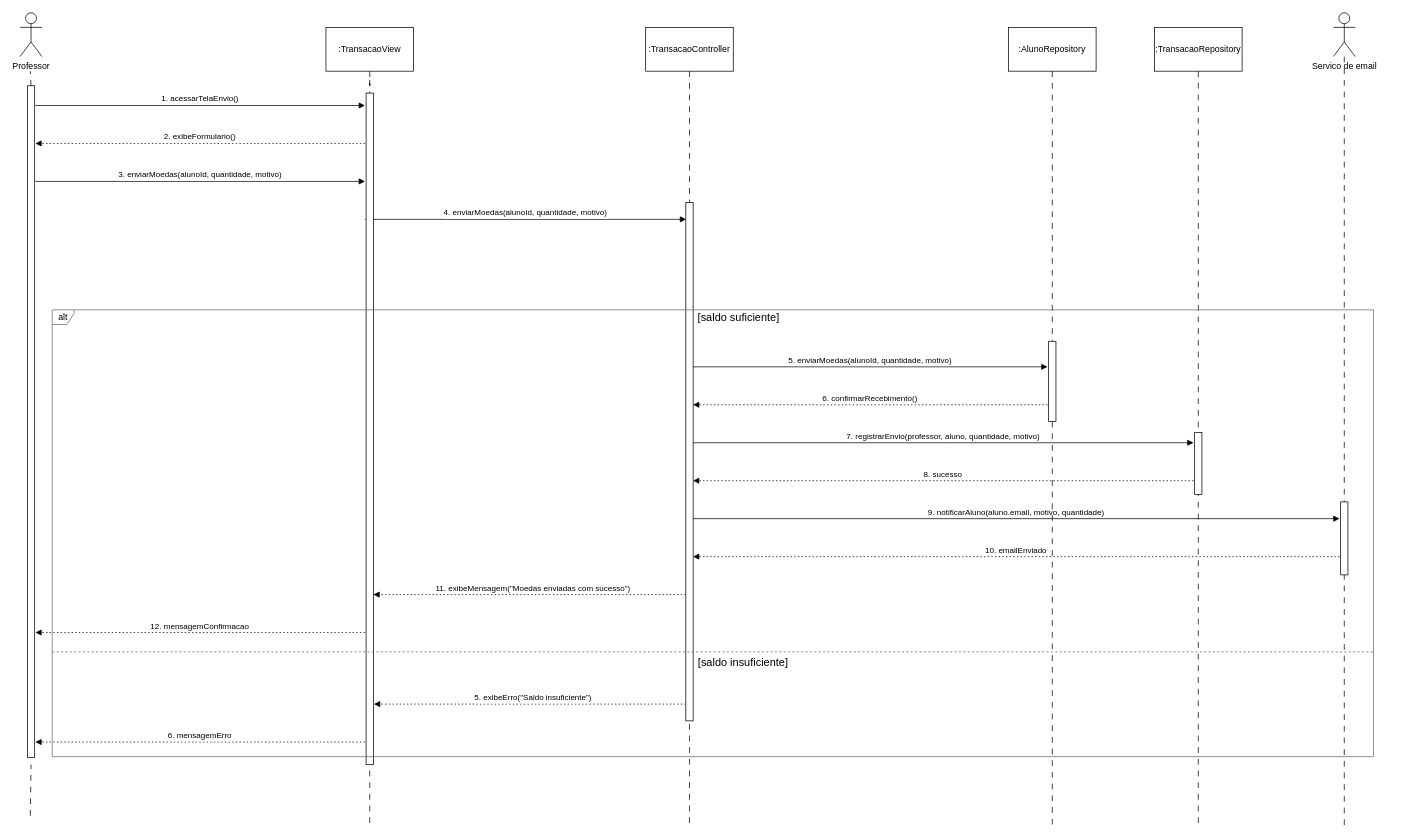
Earlier version of the draw.io diagram projeto/drawio/diagrama de sequencia envio de moedas.drawio (pedrolucas444/laboratorio-3). Source tidied: cells renumbered, new cells numbered last; positions are measured from the earlier drawing's top-left corner, leaving out a move shared by most shapes. Both pictures are drawn from the tidied source at 73%, with x=0, y=0 at pixel (20, 12).
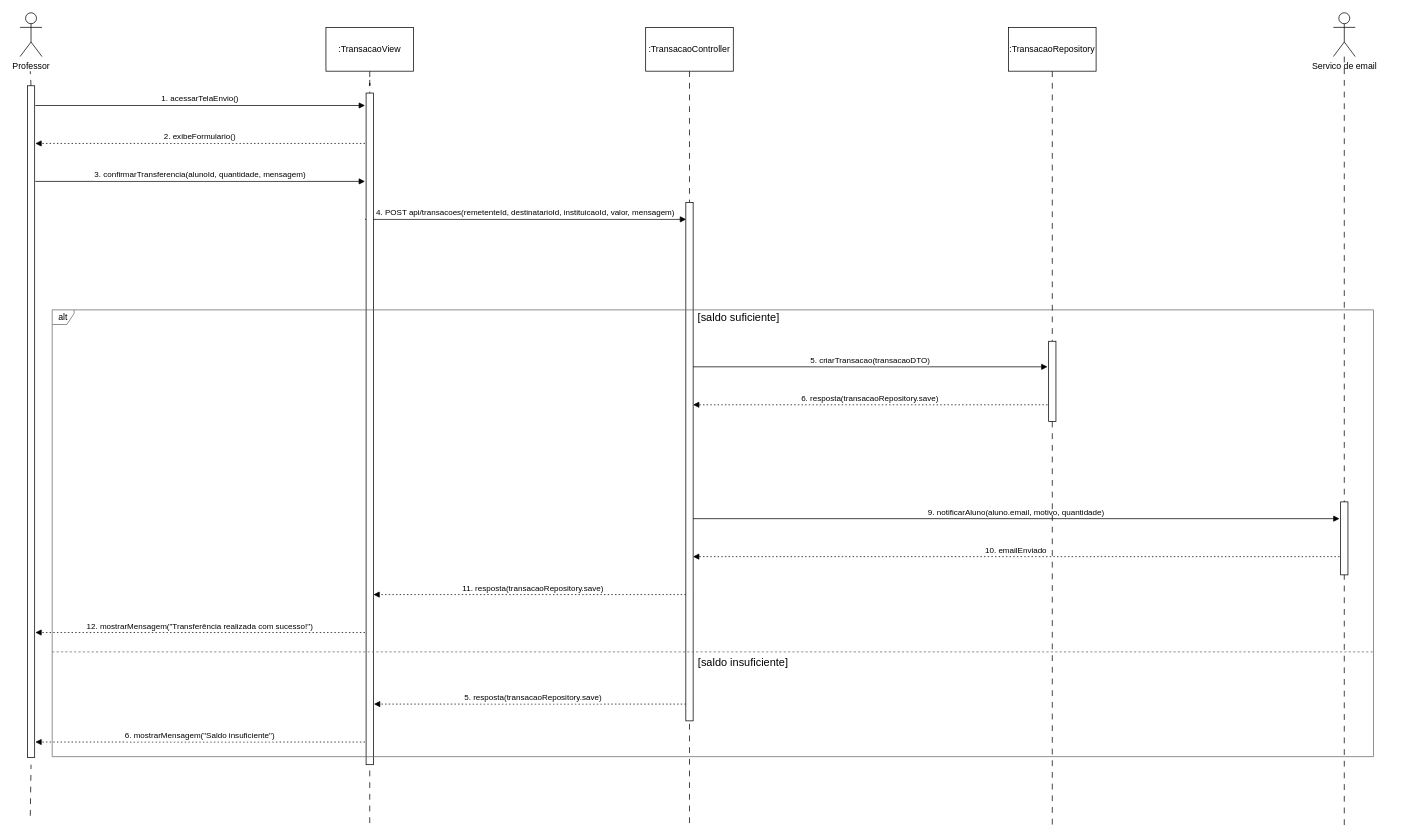
After the change.

The change refers to these unchanged cells:
```xml
<mxCell id="20" style="rounded=0;whiteSpace=wrap;html=1;" parent="1" vertex="1">
  <mxGeometry x="474" y="110" width="10" height="920" as="geometry" />
</mxCell>
<mxCell id="24" style="rounded=0;whiteSpace=wrap;html=1;" parent="1" vertex="1">
  <mxGeometry x="912" y="260" width="10" height="710" as="geometry" />
</mxCell>
```

What changed in the source:
```diff
@@
-    <mxCell id="4" value="3. enviarMoedas(alunoId, quantidade, motivo)" style="verticalAlign=bottom;edgeStyle=elbowEdgeStyle;elbow=vertical;curved=0;rounded=0;endArrow=block;" parent="1" edge="1">
+    <mxCell id="4" value="3. confirmarTransferencia(alunoId, quantidade, mensagem)" style="verticalAlign=bottom;edgeStyle=elbowEdgeStyle;elbow=vertical;curved=0;rounded=0;endArrow=block;" parent="1" edge="1">
       <mxGeometry relative="1" as="geometry">
         <mxPoint x="20.9" y="231" as="sourcePoint" />
         <mxPoint x="472.5" y="231" as="targetPoint" />
         <Array as="points">
           <mxPoint x="285" y="231" />
         </Array>
       </mxGeometry>
     </mxCell>
-    <mxCell id="5" value="4. enviarMoedas(alunoId, quantidade, motivo)" style="verticalAlign=bottom;edgeStyle=elbowEdgeStyle;elbow=vertical;curved=0;rounded=0;endArrow=block;entryX=0.046;entryY=0.032;entryDx=0;entryDy=0;entryPerimeter=0;" parent="1" edge="1" target="24">
+    <mxCell id="5" value="4. POST api/transacoes(remetenteId, destinatarioId, instituicaoId, valor, mensagem)" style="verticalAlign=bottom;edgeStyle=elbowEdgeStyle;elbow=vertical;curved=0;rounded=0;endArrow=block;entryX=0.046;entryY=0.032;entryDx=0;entryDy=0;entryPerimeter=0;" parent="1" edge="1" target="24">
       <mxGeometry relative="1" as="geometry">
         <mxPoint x="472.5" y="283" as="sourcePoint" />
         <Array as="points">
           <mxPoint x="706" y="283" />
         </Array>
       </mxGeometry>
     </mxCell>
-    <mxCell id="6" value="5. enviarMoedas(alunoId, quantidade, motivo)" style="verticalAlign=bottom;edgeStyle=elbowEdgeStyle;elbow=horizontal;curved=0;rounded=0;endArrow=block;" parent="1" edge="1">
+    <mxCell id="6" value="5. criarTransacao(transacaoDTO)" style="verticalAlign=bottom;edgeStyle=elbowEdgeStyle;elbow=horizontal;curved=0;rounded=0;endArrow=block;" parent="1" edge="1">
       <mxGeometry relative="1" as="geometry">
         <mxPoint x="921.8" y="485" as="sourcePoint" />
         <mxPoint x="1407.5" y="485" as="targetPoint" />
         <Array as="points">
           <mxPoint x="1173" y="485" />
         </Array>
       </mxGeometry>
     </mxCell>
-    <mxCell id="7" value="6. confirmarRecebimento()" style="verticalAlign=bottom;edgeStyle=elbowEdgeStyle;elbow=horizontal;curved=0;rounded=0;dashed=1;dashPattern=2 3;endArrow=block;" parent="1" edge="1">
+    <mxCell id="7" value="6. resposta(transacaoRepository.save)" style="verticalAlign=bottom;edgeStyle=elbowEdgeStyle;elbow=horizontal;curved=0;rounded=0;dashed=1;dashPattern=2 3;endArrow=block;" parent="1" edge="1">
       <mxGeometry relative="1" as="geometry">
         <mxPoint x="1407.5" y="537" as="sourcePoint" />
         <mxPoint x="921.8" y="537" as="targetPoint" />
         <Array as="points">
           <mxPoint x="1176" y="537" />
         </Array>
       </mxGeometry>
     </mxCell>
-    <mxCell id="8" value="7. registrarEnvio(professor, aluno, quantidade, motivo)" style="verticalAlign=bottom;edgeStyle=elbowEdgeStyle;elbow=vertical;curved=0;rounded=0;endArrow=block;" parent="1" edge="1">
-      <mxGeometry relative="1" as="geometry">
-        <mxPoint x="921.8" y="589" as="sourcePoint" />
-        <mxPoint x="1607.5" y="589" as="targetPoint" />
-        <Array as="points">
-          <mxPoint x="1273" y="589" />
-        </Array>
-      </mxGeometry>
-    </mxCell>
-    <mxCell id="9" value="8. sucesso" style="verticalAlign=bottom;edgeStyle=elbowEdgeStyle;elbow=vertical;curved=0;rounded=0;dashed=1;dashPattern=2 3;endArrow=block;" parent="1" edge="1">
-      <mxGeometry relative="1" as="geometry">
-        <mxPoint x="1607.5" y="641" as="sourcePoint" />
-        <mxPoint x="921.8" y="641" as="targetPoint" />
-        <Array as="points">
-          <mxPoint x="1276" y="641" />
-        </Array>
-      </mxGeometry>
-    </mxCell>
@@
-    <mxCell id="12" value="11. exibeMensagem(&quot;Moedas enviadas com sucesso&quot;)" style="verticalAlign=bottom;edgeStyle=elbowEdgeStyle;elbow=vertical;curved=0;rounded=0;dashed=1;dashPattern=2 3;endArrow=block;" parent="1" edge="1">
+    <mxCell id="12" value="11. resposta(transacaoRepository.save)" style="verticalAlign=bottom;edgeStyle=elbowEdgeStyle;elbow=vertical;curved=0;rounded=0;dashed=1;dashPattern=2 3;endArrow=block;" parent="1" edge="1">
       <mxGeometry relative="1" as="geometry">
         <mxPoint x="922" y="797" as="sourcePoint" />
         <mxPoint x="484" y="797" as="targetPoint" />
         <Array as="points">
           <mxPoint x="669" y="797" />
         </Array>
       </mxGeometry>
     </mxCell>
-    <mxCell id="13" value="12. mensagemConfirmacao" style="verticalAlign=bottom;edgeStyle=elbowEdgeStyle;elbow=vertical;curved=0;rounded=0;dashed=1;dashPattern=2 3;endArrow=block;" parent="1" edge="1">
+    <mxCell id="13" value="12. mostrarMensagem(&quot;Transferência realizada com sucesso!&quot;)" style="verticalAlign=bottom;edgeStyle=elbowEdgeStyle;elbow=vertical;curved=0;rounded=0;dashed=1;dashPattern=2 3;endArrow=block;" parent="1" edge="1">
       <mxGeometry relative="1" as="geometry">
         <mxPoint x="472.5" y="849" as="sourcePoint" />
         <mxPoint x="20.9" y="849" as="targetPoint" />
         <Array as="points">
           <mxPoint x="288" y="849" />
         </Array>
       </mxGeometry>
     </mxCell>
-    <mxCell id="14" value="5. exibeErro(&quot;Saldo insuficiente&quot;)" style="verticalAlign=bottom;edgeStyle=elbowEdgeStyle;elbow=vertical;curved=0;rounded=0;dashed=1;dashPattern=2 3;endArrow=block;entryX=1.075;entryY=0.91;entryDx=0;entryDy=0;entryPerimeter=0;" parent="1" edge="1" target="20">
+    <mxCell id="14" value="5. resposta(transacaoRepository.save)" style="verticalAlign=bottom;edgeStyle=elbowEdgeStyle;elbow=vertical;curved=0;rounded=0;dashed=1;dashPattern=2 3;endArrow=block;entryX=1.075;entryY=0.91;entryDx=0;entryDy=0;entryPerimeter=0;" parent="1" edge="1" target="20">
       <mxGeometry relative="1" as="geometry">
         <mxPoint x="922" y="947" as="sourcePoint" />
         <Array as="points">
           <mxPoint x="709" y="947" />
         </Array>
       </mxGeometry>
     </mxCell>
-    <mxCell id="15" value="6. mensagemErro" style="verticalAlign=bottom;edgeStyle=elbowEdgeStyle;elbow=vertical;curved=0;rounded=0;dashed=1;dashPattern=2 3;endArrow=block;" parent="1" edge="1">
+    <mxCell id="15" value="6. mostrarMensagem(&quot;Saldo insuficiente&quot;)" style="verticalAlign=bottom;edgeStyle=elbowEdgeStyle;elbow=vertical;curved=0;rounded=0;dashed=1;dashPattern=2 3;endArrow=block;" parent="1" edge="1">
       <mxGeometry relative="1" as="geometry">
         <mxPoint x="472.5" y="999" as="sourcePoint" />
         <mxPoint x="20.9" y="999" as="targetPoint" />
         <Array as="points">
           <mxPoint x="288" y="999" />
         </Array>
       </mxGeometry>
     </mxCell>
@@
-    <mxCell id="30" value=":AlunoRepository" style="rounded=0;whiteSpace=wrap;html=1;" parent="1" vertex="1">
+    <mxCell id="30" value=":TransacaoRepository" style="rounded=0;whiteSpace=wrap;html=1;" parent="1" vertex="1">
       <mxGeometry x="1354" y="20" width="120" height="60" as="geometry" />
     </mxCell>
@@
-    <mxCell id="33" style="edgeStyle=orthogonalEdgeStyle;rounded=0;jettySize=auto;html=1;endArrow=none;startFill=0;dashed=1;dashPattern=8 8;" parent="1" edge="1" source="34" target="35">
-      <mxGeometry relative="1" as="geometry" />
-    </mxCell>
-    <mxCell id="34" value=":TransacaoRepository" style="rounded=0;whiteSpace=wrap;html=1;" parent="1" vertex="1">
-      <mxGeometry x="1554" y="20" width="120" height="60" as="geometry" />
-    </mxCell>
-    <mxCell id="35" style="rounded=0;whiteSpace=wrap;html=1;" parent="1" vertex="1">
-      <mxGeometry x="1609" y="575" width="10" height="85" as="geometry" />
-    </mxCell>
-    <mxCell id="36" style="endArrow=none;html=1;rounded=0;entryX=0.5;entryY=1;entryDx=0;entryDy=0;dashed=1;dashPattern=8 8;" parent="1" edge="1" target="35">
-      <mxGeometry relative="1" as="geometry">
-        <mxPoint x="1614" y="1110" as="sourcePoint" />
-      </mxGeometry>
-    </mxCell>
```
